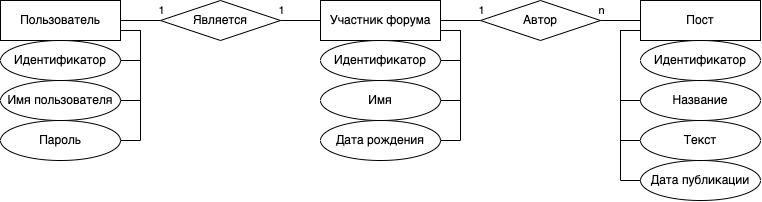
Before: WebBMSTU-EntityRelationship.drawio.png, a diagram exported from draw.io (skotnikovda/web-bmstu). Source tidied: cells renumbered, new cells last; positions are measured from the earlier drawing's top-left corner, leaving out a move shared by most shapes. Source of this version:
```xml
<mxGraphModel>
  <root>
    <mxCell id="0" />
    <mxCell id="1" parent="0" />
    <mxCell id="2" value="Участник форума" style="whiteSpace=wrap;html=1;align=center;" parent="1" vertex="1">
      <mxGeometry x="320" width="120" height="40" as="geometry" />
    </mxCell>
    <mxCell id="3" value="Идентификатор" style="ellipse;whiteSpace=wrap;html=1;align=center;" parent="1" vertex="1">
      <mxGeometry x="320" y="40" width="120" height="40" as="geometry" />
    </mxCell>
    <mxCell id="4" style="edgeStyle=orthogonalEdgeStyle;rounded=0;jettySize=auto;html=1;endArrow=none;endFill=0;entryX=0;entryY=0.5;entryDx=0;entryDy=0;" parent="1" edge="1" source="8" target="2">
      <mxGeometry relative="1" as="geometry" />
    </mxCell>
    <mxCell id="5" value="1" style="edgeLabel;html=1;align=center;verticalAlign=middle;" parent="4" vertex="1">
      <mxGeometry x="-0.7" relative="1" as="geometry">
        <mxPoint x="-6" y="-10" as="offset" />
      </mxGeometry>
    </mxCell>
    <mxCell id="6" style="edgeStyle=orthogonalEdgeStyle;rounded=0;jettySize=auto;html=1;endArrow=none;endFill=0;" parent="1" edge="1" source="8" target="14">
      <mxGeometry relative="1" as="geometry" />
    </mxCell>
    <mxCell id="7" value="1" style="edgeLabel;html=1;align=center;verticalAlign=middle;" parent="6" vertex="1">
      <mxGeometry x="-0.86" y="1" relative="1" as="geometry">
        <mxPoint x="3" y="-11" as="offset" />
      </mxGeometry>
    </mxCell>
    <mxCell id="8" value="Является" style="shape=rhombus;perimeter=rhombusPerimeter;whiteSpace=wrap;html=1;align=center;" parent="1" vertex="1">
      <mxGeometry x="160" width="120" height="40" as="geometry" />
    </mxCell>
    <mxCell id="9" value="Имя" style="ellipse;whiteSpace=wrap;html=1;align=center;" parent="1" vertex="1">
      <mxGeometry x="320" y="80" width="120" height="40" as="geometry" />
    </mxCell>
    <mxCell id="10" value="Дата рождения" style="ellipse;whiteSpace=wrap;html=1;align=center;" parent="1" vertex="1">
      <mxGeometry x="320" y="120" width="120" height="40" as="geometry" />
    </mxCell>
    <mxCell id="11" value="Пост" style="whiteSpace=wrap;html=1;align=center;" parent="1" vertex="1">
      <mxGeometry x="640" width="120" height="40" as="geometry" />
    </mxCell>
    <mxCell id="12" value="Название" style="ellipse;whiteSpace=wrap;html=1;align=center;" parent="1" vertex="1">
      <mxGeometry x="640" y="80" width="120" height="40" as="geometry" />
    </mxCell>
    <mxCell id="13" value="Дата публикации" style="ellipse;whiteSpace=wrap;html=1;align=center;" parent="1" vertex="1">
      <mxGeometry x="640" y="160" width="120" height="40" as="geometry" />
    </mxCell>
    <mxCell id="14" value="Пользователь" style="whiteSpace=wrap;html=1;align=center;" parent="1" vertex="1">
      <mxGeometry width="120" height="40" as="geometry" />
    </mxCell>
    <mxCell id="15" value="Идентификатор" style="ellipse;whiteSpace=wrap;html=1;align=center;" parent="1" vertex="1">
      <mxGeometry y="40" width="120" height="40" as="geometry" />
    </mxCell>
    <mxCell id="16" value="Имя пользователя" style="ellipse;whiteSpace=wrap;html=1;align=center;" parent="1" vertex="1">
      <mxGeometry y="80" width="120" height="40" as="geometry" />
    </mxCell>
    <mxCell id="17" value="Пароль" style="ellipse;whiteSpace=wrap;html=1;align=center;" parent="1" vertex="1">
      <mxGeometry y="120" width="120" height="40" as="geometry" />
    </mxCell>
    <mxCell id="18" style="edgeStyle=orthogonalEdgeStyle;rounded=0;jettySize=auto;html=1;endArrow=none;endFill=0;" parent="1" edge="1" source="22" target="2">
      <mxGeometry relative="1" as="geometry" />
    </mxCell>
    <mxCell id="19" value="1" style="edgeLabel;html=1;align=center;verticalAlign=middle;" parent="18" vertex="1">
      <mxGeometry x="-0.87" y="1" relative="1" as="geometry">
        <mxPoint x="3" y="-11" as="offset" />
      </mxGeometry>
    </mxCell>
    <mxCell id="20" style="edgeStyle=orthogonalEdgeStyle;rounded=0;jettySize=auto;html=1;endArrow=none;endFill=0;" parent="1" edge="1" source="22" target="11">
      <mxGeometry relative="1" as="geometry" />
    </mxCell>
    <mxCell id="21" value="n" style="edgeLabel;html=1;align=center;verticalAlign=middle;" parent="20" vertex="1">
      <mxGeometry x="-0.73" relative="1" as="geometry">
        <mxPoint x="-5" y="-10" as="offset" />
      </mxGeometry>
    </mxCell>
    <mxCell id="22" value="Автор" style="shape=rhombus;perimeter=rhombusPerimeter;whiteSpace=wrap;html=1;align=center;" parent="1" vertex="1">
      <mxGeometry x="480" width="120" height="40" as="geometry" />
    </mxCell>
    <mxCell id="23" style="edgeStyle=orthogonalEdgeStyle;rounded=0;jettySize=auto;html=1;endArrow=none;endFill=0;entryX=1;entryY=0.75;entryDx=0;entryDy=0;" parent="1" edge="1" source="15" target="14">
      <mxGeometry relative="1" as="geometry">
        <Array as="points">
          <mxPoint x="140" y="60" />
          <mxPoint x="140" y="30" />
        </Array>
      </mxGeometry>
    </mxCell>
    <mxCell id="24" style="edgeStyle=orthogonalEdgeStyle;rounded=0;jettySize=auto;html=1;endArrow=none;endFill=0;" parent="1" edge="1" source="16">
      <mxGeometry relative="1" as="geometry">
        <mxPoint x="120" y="30" as="targetPoint" />
        <Array as="points">
          <mxPoint x="140" y="100" />
          <mxPoint x="140" y="30" />
        </Array>
      </mxGeometry>
    </mxCell>
    <mxCell id="25" style="edgeStyle=orthogonalEdgeStyle;rounded=0;jettySize=auto;html=1;endArrow=none;endFill=0;entryX=1;entryY=0.75;entryDx=0;entryDy=0;" parent="1" edge="1" source="17" target="14">
      <mxGeometry relative="1" as="geometry">
        <Array as="points">
          <mxPoint x="140" y="140" />
          <mxPoint x="140" y="30" />
        </Array>
      </mxGeometry>
    </mxCell>
    <mxCell id="26" style="edgeStyle=orthogonalEdgeStyle;rounded=0;jettySize=auto;html=1;endArrow=none;endFill=0;entryX=1;entryY=0.75;entryDx=0;entryDy=0;" parent="1" edge="1" source="3" target="2">
      <mxGeometry relative="1" as="geometry">
        <Array as="points">
          <mxPoint x="460" y="60" />
          <mxPoint x="460" y="30" />
        </Array>
      </mxGeometry>
    </mxCell>
    <mxCell id="27" style="edgeStyle=orthogonalEdgeStyle;rounded=0;jettySize=auto;html=1;endArrow=none;endFill=0;entryX=1;entryY=0.75;entryDx=0;entryDy=0;" parent="1" edge="1" source="9" target="2">
      <mxGeometry relative="1" as="geometry">
        <Array as="points">
          <mxPoint x="460" y="100" />
          <mxPoint x="460" y="30" />
        </Array>
      </mxGeometry>
    </mxCell>
    <mxCell id="28" style="edgeStyle=orthogonalEdgeStyle;rounded=0;jettySize=auto;html=1;endArrow=none;endFill=0;" parent="1" edge="1" source="10" target="2">
      <mxGeometry relative="1" as="geometry">
        <Array as="points">
          <mxPoint x="460" y="140" />
          <mxPoint x="460" y="30" />
        </Array>
      </mxGeometry>
    </mxCell>
    <mxCell id="29" style="edgeStyle=orthogonalEdgeStyle;rounded=0;jettySize=auto;html=1;endArrow=none;endFill=0;" parent="1" edge="1" source="12" target="11">
      <mxGeometry relative="1" as="geometry">
        <Array as="points">
          <mxPoint x="620" y="100" />
          <mxPoint x="620" y="30" />
        </Array>
      </mxGeometry>
    </mxCell>
    <mxCell id="30" style="edgeStyle=orthogonalEdgeStyle;rounded=0;jettySize=auto;html=1;endArrow=none;endFill=0;" parent="1" edge="1" source="31" target="11">
      <mxGeometry relative="1" as="geometry">
        <Array as="points">
          <mxPoint x="620" y="140" />
          <mxPoint x="620" y="30" />
        </Array>
      </mxGeometry>
    </mxCell>
    <mxCell id="31" value="Текст" style="ellipse;whiteSpace=wrap;html=1;align=center;" parent="1" vertex="1">
      <mxGeometry x="640" y="120" width="120" height="40" as="geometry" />
    </mxCell>
    <mxCell id="32" style="edgeStyle=orthogonalEdgeStyle;rounded=0;jettySize=auto;html=1;endArrow=none;endFill=0;" parent="1" edge="1" source="13" target="11">
      <mxGeometry relative="1" as="geometry">
        <Array as="points">
          <mxPoint x="620" y="180" />
          <mxPoint x="620" y="30" />
        </Array>
      </mxGeometry>
    </mxCell>
    <mxCell id="33" value="Идентификатор" style="ellipse;whiteSpace=wrap;html=1;align=center;" parent="1" vertex="1">
      <mxGeometry x="640" y="40" width="120" height="40" as="geometry" />
    </mxCell>
  </root>
</mxGraphModel>
```
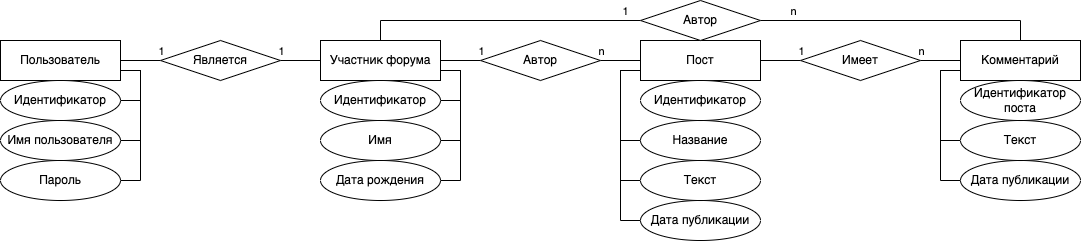
After the change.

Change to the diagram source:
```diff
@@ -152,5 +152,83 @@
     <mxCell id="33" value="Идентификатор" style="ellipse;whiteSpace=wrap;html=1;align=center;" parent="1" vertex="1">
       <mxGeometry x="640" y="40" width="120" height="40" as="geometry" />
     </mxCell>
+    <mxCell id="34" value="Комментарий" style="whiteSpace=wrap;html=1;align=center;" parent="1" vertex="1">
+      <mxGeometry x="960" width="120" height="40" as="geometry" />
+    </mxCell>
+    <mxCell id="35" value="Дата публикации" style="ellipse;whiteSpace=wrap;html=1;align=center;" parent="1" vertex="1">
+      <mxGeometry x="960" y="120" width="120" height="40" as="geometry" />
+    </mxCell>
+    <mxCell id="36" style="edgeStyle=orthogonalEdgeStyle;rounded=0;jettySize=auto;html=1;endArrow=none;endFill=0;" parent="1" edge="1" source="37" target="34">
+      <mxGeometry relative="1" as="geometry">
+        <Array as="points">
+          <mxPoint x="940" y="100" />
+          <mxPoint x="940" y="30" />
+        </Array>
+      </mxGeometry>
+    </mxCell>
+    <mxCell id="37" value="Текст" style="ellipse;whiteSpace=wrap;html=1;align=center;" parent="1" vertex="1">
+      <mxGeometry x="960" y="80" width="120" height="40" as="geometry" />
+    </mxCell>
+    <mxCell id="38" style="edgeStyle=orthogonalEdgeStyle;rounded=0;jettySize=auto;html=1;endArrow=none;endFill=0;" parent="1" edge="1" source="35" target="34">
+      <mxGeometry relative="1" as="geometry">
+        <Array as="points">
+          <mxPoint x="940" y="140" />
+          <mxPoint x="940" y="30" />
+        </Array>
+      </mxGeometry>
+    </mxCell>
+    <mxCell id="39" value="Идентификатор поста" style="ellipse;whiteSpace=wrap;html=1;align=center;" parent="1" vertex="1">
+      <mxGeometry x="960" y="40" width="120" height="40" as="geometry" />
+    </mxCell>
+    <mxCell id="40" style="edgeStyle=orthogonalEdgeStyle;rounded=0;jettySize=auto;html=1;endArrow=none;endFill=0;" parent="1" edge="1" source="44">
+      <mxGeometry relative="1" as="geometry">
+        <mxPoint x="760" y="20" as="targetPoint" />
+      </mxGeometry>
+    </mxCell>
+    <mxCell id="41" value="1" style="edgeLabel;html=1;align=center;verticalAlign=middle;" parent="40" vertex="1">
+      <mxGeometry x="-0.87" y="1" relative="1" as="geometry">
+        <mxPoint x="3" y="-11" as="offset" />
+      </mxGeometry>
+    </mxCell>
+    <mxCell id="42" style="edgeStyle=orthogonalEdgeStyle;rounded=0;jettySize=auto;html=1;endArrow=none;endFill=0;" parent="1" edge="1" source="44">
+      <mxGeometry relative="1" as="geometry">
+        <mxPoint x="960" y="20" as="targetPoint" />
+      </mxGeometry>
+    </mxCell>
+    <mxCell id="43" value="n" style="edgeLabel;html=1;align=center;verticalAlign=middle;" parent="42" vertex="1">
+      <mxGeometry x="-0.73" relative="1" as="geometry">
+        <mxPoint x="-5" y="-10" as="offset" />
+      </mxGeometry>
+    </mxCell>
+    <mxCell id="44" value="Имеет" style="shape=rhombus;perimeter=rhombusPerimeter;whiteSpace=wrap;html=1;align=center;" parent="1" vertex="1">
+      <mxGeometry x="800" width="120" height="40" as="geometry" />
+    </mxCell>
+    <mxCell id="45" style="edgeStyle=orthogonalEdgeStyle;rounded=0;jettySize=auto;html=1;endArrow=none;endFill=0;" parent="1" edge="1" source="49" target="2">
+      <mxGeometry relative="1" as="geometry">
+        <Array as="points">
+          <mxPoint x="380" y="-20" />
+        </Array>
+      </mxGeometry>
+    </mxCell>
+    <mxCell id="46" value="1" style="edgeLabel;html=1;align=center;verticalAlign=middle;" parent="45" vertex="1">
+      <mxGeometry x="-0.87" y="1" relative="1" as="geometry">
+        <mxPoint x="3" y="-11" as="offset" />
+      </mxGeometry>
+    </mxCell>
+    <mxCell id="47" style="edgeStyle=orthogonalEdgeStyle;rounded=0;jettySize=auto;html=1;endArrow=none;endFill=0;" parent="1" edge="1" source="49" target="34">
+      <mxGeometry relative="1" as="geometry">
+        <Array as="points">
+          <mxPoint x="1020" y="-20" />
+        </Array>
+      </mxGeometry>
+    </mxCell>
+    <mxCell id="48" value="n" style="edgeLabel;html=1;align=center;verticalAlign=middle;" parent="47" vertex="1">
+      <mxGeometry x="-0.73" relative="1" as="geometry">
+        <mxPoint x="-5" y="-10" as="offset" />
+      </mxGeometry>
+    </mxCell>
+    <mxCell id="49" value="Автор" style="shape=rhombus;perimeter=rhombusPerimeter;whiteSpace=wrap;html=1;align=center;" parent="1" vertex="1">
+      <mxGeometry x="640" y="-40" width="120" height="40" as="geometry" />
+    </mxCell>
   </root>
 </mxGraphModel>
```
